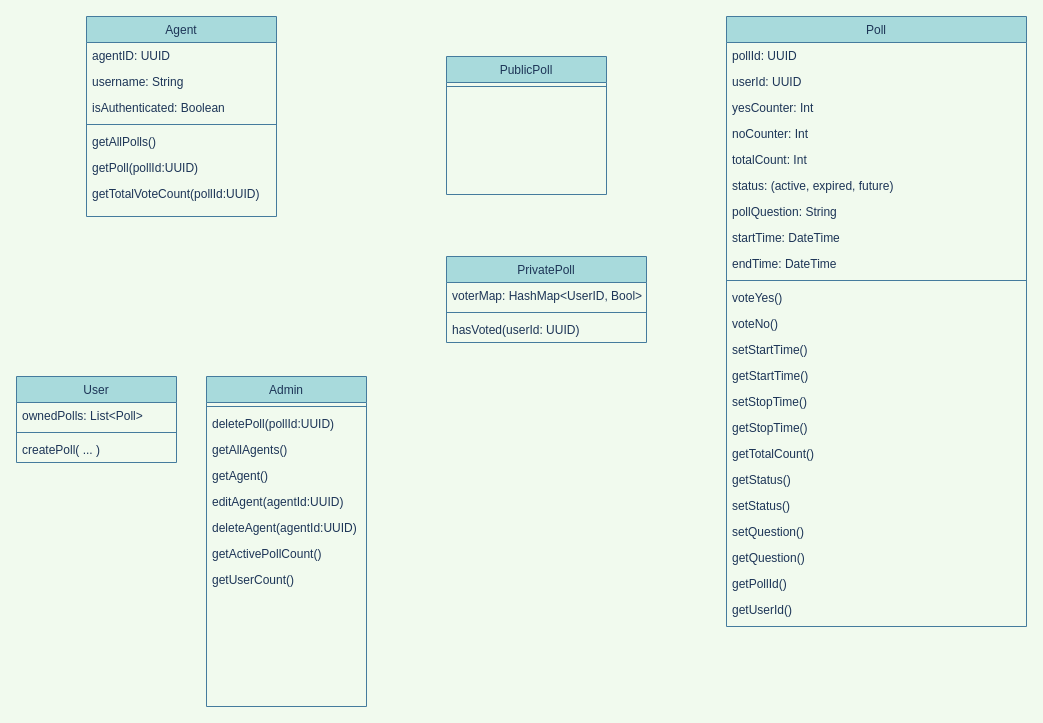
Above: diagrams/domain_model.drawio in thomassihvl/group_assigment_dat250 (draw.io), before the change. Source tidied: cells renumbered, new cells numbered last; positions are measured from the earlier drawing's top-left corner, leaving out a move shared by most shapes. Both pictures are drawn from the tidied source at 100%, with x=0, y=0 at pixel (16, 16).
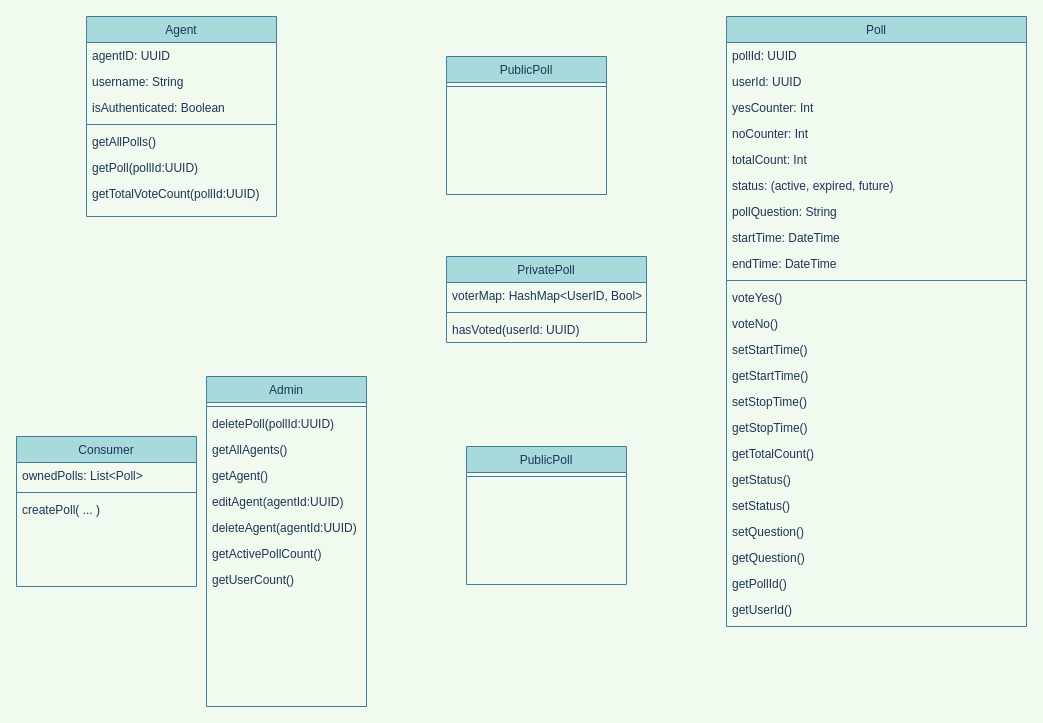
Above is the later version.

Change to the diagram source:
```diff
@@
-    <mxCell id="10" value="User" style="swimlane;fontStyle=0;align=center;verticalAlign=top;horizontal=1;startSize=26;rounded=0;shadow=0;strokeWidth=1;fillColor=#A8DADC;strokeColor=#457B9D;fontColor=#1D3557;" parent="1" vertex="1">
-      <mxGeometry y="360" width="160" height="86" as="geometry" />
+    <mxCell id="10" value="Consumer" style="swimlane;fontStyle=0;align=center;verticalAlign=top;horizontal=1;startSize=26;rounded=0;shadow=0;strokeWidth=1;fillColor=#A8DADC;strokeColor=#457B9D;fontColor=#1D3557;" parent="1" vertex="1">
+      <mxGeometry y="420" width="180" height="150" as="geometry" />
     </mxCell>
     <mxCell id="11" value="ownedPolls: List&lt;Poll&gt;" style="text;align=left;verticalAlign=top;spacingLeft=4;spacingRight=4;overflow=hidden;rounded=0;shadow=0;html=0;fontColor=#1D3557;" parent="10" vertex="1">
-      <mxGeometry y="26" width="160" height="26" as="geometry" />
+      <mxGeometry y="26" width="180" height="26" as="geometry" />
     </mxCell>
     <mxCell id="12" style="line;html=1;strokeWidth=1;align=left;verticalAlign=middle;spacingTop=-1;spacingLeft=3;spacingRight=3;labelPosition=right;labelBackgroundColor=#F1FAEE;fillColor=#A8DADC;strokeColor=#457B9D;fontColor=#1D3557;" parent="10" vertex="1">
-      <mxGeometry y="52" width="160" height="8" as="geometry" />
+      <mxGeometry y="52" width="180" height="8" as="geometry" />
     </mxCell>
     <mxCell id="13" value="createPoll( ... )" style="text;align=left;verticalAlign=top;spacingLeft=4;spacingRight=4;overflow=hidden;rounded=0;shadow=0;html=0;fontColor=#1D3557;" parent="10" vertex="1">
-      <mxGeometry y="60" width="160" height="26" as="geometry" />
+      <mxGeometry y="60" width="180" height="80" as="geometry" />
     </mxCell>
@@
+    <mxCell id="53" value="PublicPoll" style="swimlane;fontStyle=0;align=center;verticalAlign=top;horizontal=1;startSize=26;rounded=0;shadow=0;strokeWidth=1;fillColor=#A8DADC;strokeColor=#457B9D;fontColor=#1D3557;" parent="1" vertex="1">
+      <mxGeometry x="450" y="430" width="160" height="138" as="geometry" />
+    </mxCell>
+    <mxCell id="54" style="line;html=1;strokeWidth=1;align=left;verticalAlign=middle;spacingTop=-1;spacingLeft=3;spacingRight=3;labelPosition=right;labelBackgroundColor=#F1FAEE;fillColor=#A8DADC;strokeColor=#457B9D;fontColor=#1D3557;" parent="53" vertex="1">
+      <mxGeometry y="26" width="160" height="8" as="geometry" />
+    </mxCell>
```
